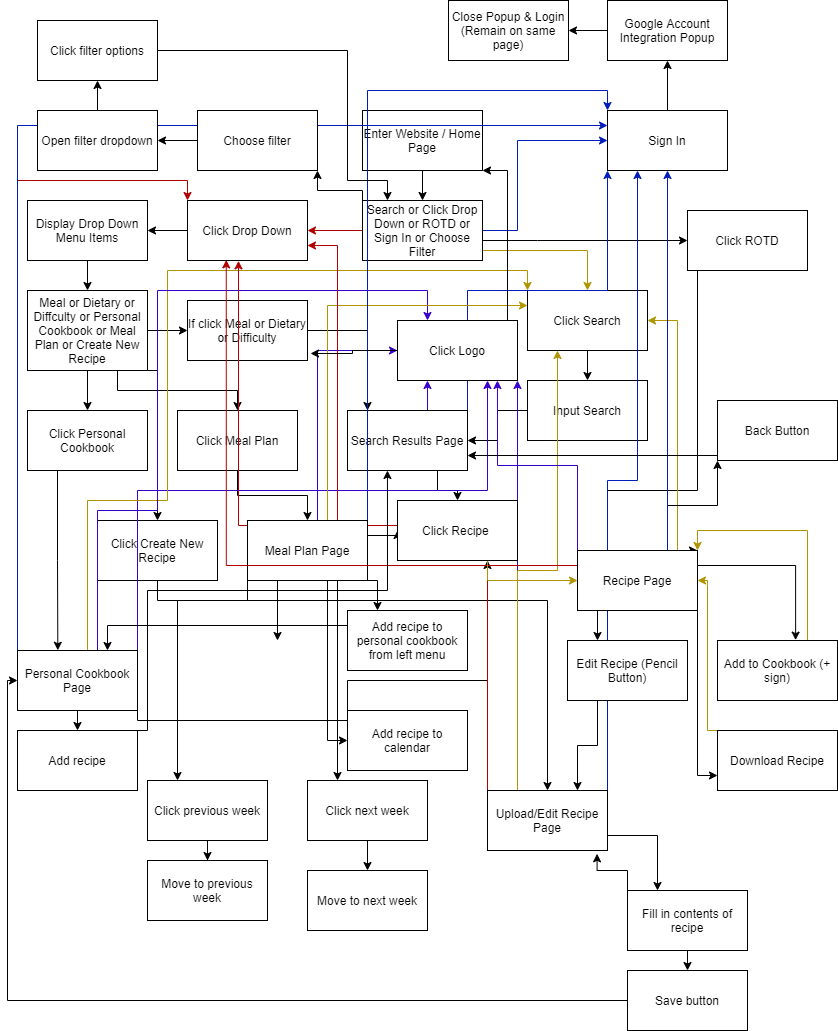
The draw.io diagram specs/interface/umldiagram.drawio.png in cse110-fa21-group15/cse110-fa21-group15, before a commit. Source tidied: cells renumbered, new cells last; positions are measured from the earlier drawing's top-left corner, leaving out a move shared by most shapes.
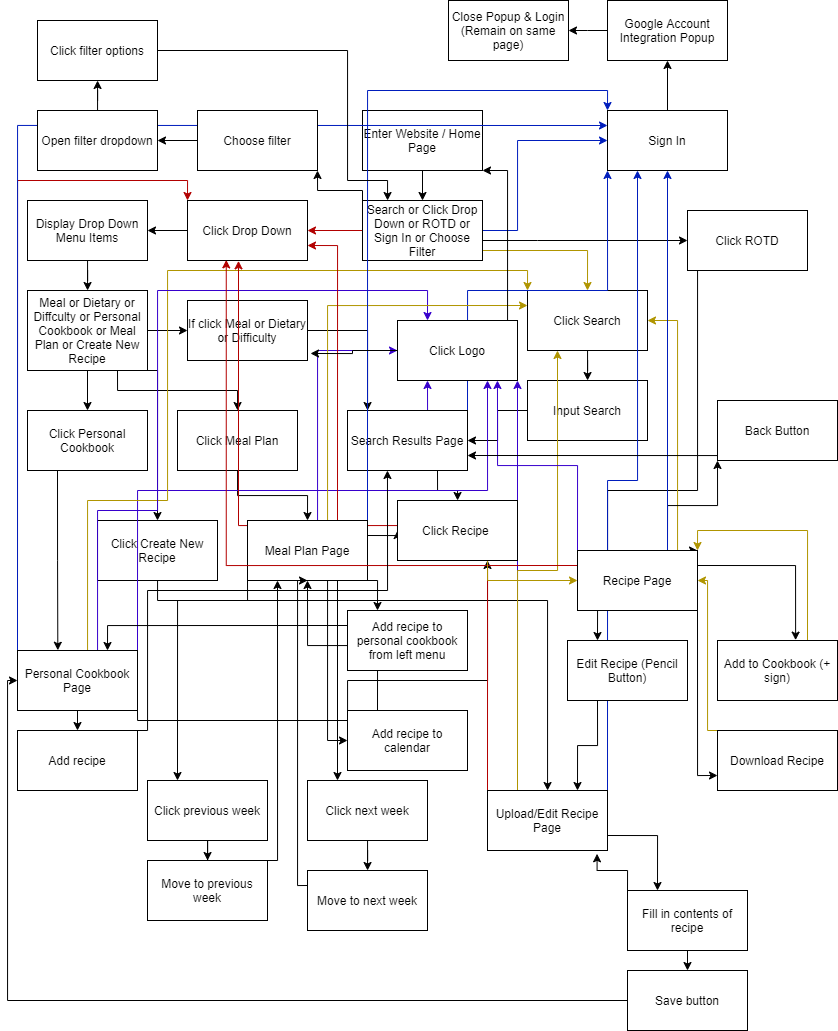
The same diagram one commit later.

Diff of the diagram source:
```diff
@@ -2,6 +2,9 @@
   <root>
     <mxCell id="0" />
     <mxCell id="1" parent="0" />
+    <mxCell id="112" style="edgeStyle=orthogonalEdgeStyle;rounded=0;jettySize=auto;html=1;exitX=0.25;exitY=0;exitDx=0;exitDy=0;entryX=0.5;entryY=1;entryDx=0;entryDy=0;" parent="1" edge="1" source="87" target="64">
+      <mxGeometry relative="1" as="geometry" />
+    </mxCell>
     <mxCell id="2" style="edgeStyle=orthogonalEdgeStyle;rounded=0;jettySize=auto;html=1;" parent="1" edge="1" source="3" target="9">
       <mxGeometry relative="1" as="geometry" />
     </mxCell>
@@ -270,11 +273,6 @@
     <mxCell id="60" style="edgeStyle=orthogonalEdgeStyle;rounded=0;jettySize=auto;html=1;exitX=0.75;exitY=0;exitDx=0;exitDy=0;entryX=1;entryY=0.75;entryDx=0;entryDy=0;fillColor=#e51400;strokeColor=#B20000;" parent="1" edge="1" source="64" target="13">
       <mxGeometry relative="1" as="geometry" />
     </mxCell>
-    <mxCell id="61" style="edgeStyle=orthogonalEdgeStyle;rounded=0;jettySize=auto;html=1;exitX=0.25;exitY=1;exitDx=0;exitDy=0;entryX=0.75;entryY=0;entryDx=0;entryDy=0;" parent="1" edge="1" source="64">
-      <mxGeometry relative="1" as="geometry">
-        <mxPoint x="270" y="640" as="targetPoint" />
-      </mxGeometry>
-    </mxCell>
     <mxCell id="62" style="edgeStyle=orthogonalEdgeStyle;rounded=0;jettySize=auto;html=1;exitX=1;exitY=0.25;exitDx=0;exitDy=0;entryX=0;entryY=0.5;entryDx=0;entryDy=0;" parent="1" edge="1" source="64" target="75">
       <mxGeometry relative="1" as="geometry" />
     </mxCell>
@@ -331,9 +329,6 @@
     <mxCell id="78" style="edgeStyle=orthogonalEdgeStyle;rounded=0;jettySize=auto;html=1;" parent="1" edge="1" source="79" target="81">
       <mxGeometry relative="1" as="geometry" />
     </mxCell>
-    <mxCell id="79" value="Open filter dropdown" style="whiteSpace=wrap;html=1;" parent="1" vertex="1">
-      <mxGeometry x="30" y="110" width="120" height="60" as="geometry" />
-    </mxCell>
     <mxCell id="80" style="edgeStyle=orthogonalEdgeStyle;rounded=0;jettySize=auto;html=1;" parent="1" edge="1" source="81">
       <mxGeometry relative="1" as="geometry">
         <mxPoint x="380" y="200" as="targetPoint" />
@@ -391,9 +386,24 @@
     <mxCell id="91" value="Click next week" style="whiteSpace=wrap;html=1;" parent="1" vertex="1">
       <mxGeometry x="300" y="780" width="120" height="60" as="geometry" />
     </mxCell>
+    <mxCell id="113" style="edgeStyle=orthogonalEdgeStyle;rounded=0;jettySize=auto;html=1;exitX=1;exitY=0;exitDx=0;exitDy=0;entryX=0.25;entryY=1;entryDx=0;entryDy=0;" parent="1" edge="1" source="92" target="64">
+      <mxGeometry relative="1" as="geometry">
+        <Array as="points">
+          <mxPoint x="270" y="860" />
+        </Array>
+      </mxGeometry>
+    </mxCell>
     <mxCell id="92" value="Move to previous week" style="whiteSpace=wrap;html=1;" parent="1" vertex="1">
       <mxGeometry x="140" y="860" width="120" height="60" as="geometry" />
     </mxCell>
+    <mxCell id="114" style="edgeStyle=orthogonalEdgeStyle;rounded=0;jettySize=auto;html=1;exitX=0;exitY=0.25;exitDx=0;exitDy=0;entryX=0.5;entryY=1;entryDx=0;entryDy=0;" parent="1" edge="1" source="93" target="64">
+      <mxGeometry relative="1" as="geometry">
+        <Array as="points">
+          <mxPoint x="290" y="885" />
+          <mxPoint x="290" y="580" />
+        </Array>
+      </mxGeometry>
+    </mxCell>
     <mxCell id="93" value="Move to next week" style="whiteSpace=wrap;html=1;" parent="1" vertex="1">
       <mxGeometry x="300" y="870" width="120" height="60" as="geometry" />
     </mxCell>
@@ -471,5 +481,8 @@
     <mxCell id="111" value="Close Popup &amp;amp; Login&lt;br&gt;(Remain on same page)" style="whiteSpace=wrap;html=1;" parent="1" vertex="1">
       <mxGeometry x="441" width="120" height="60" as="geometry" />
     </mxCell>
+    <mxCell id="79" value="Open filter dropdown" style="whiteSpace=wrap;html=1;" parent="1" vertex="1">
+      <mxGeometry x="30" y="110" width="120" height="60" as="geometry" />
+    </mxCell>
   </root>
 </mxGraphModel>
```
